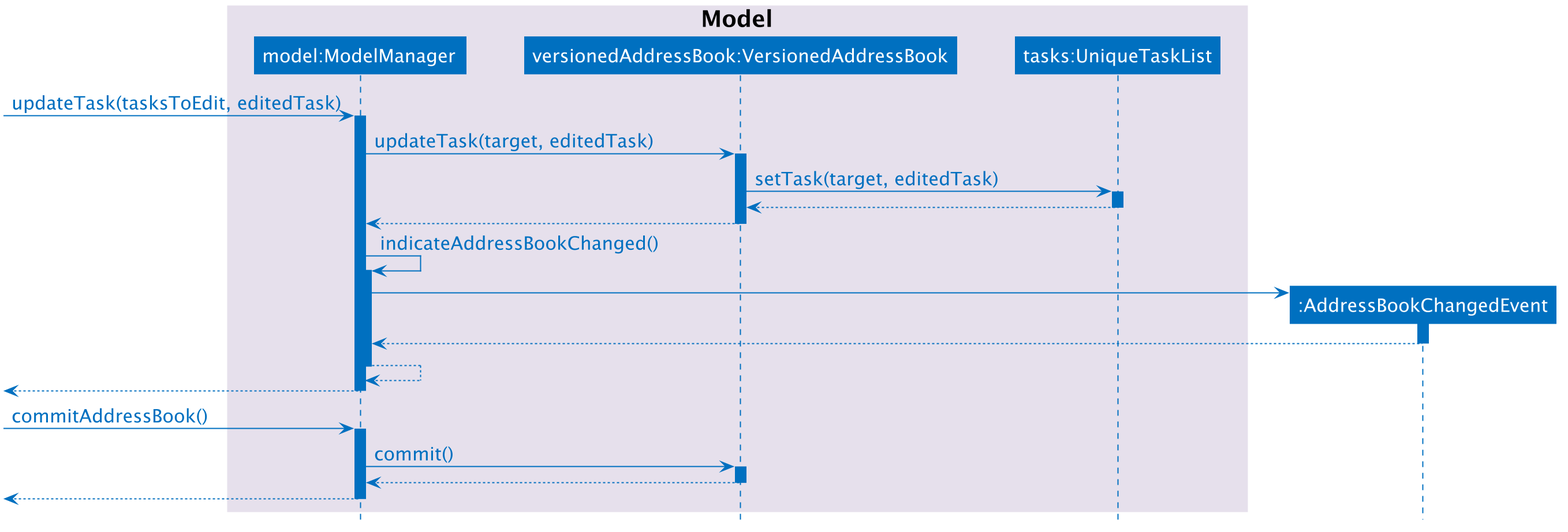
Above: docs/images/EditTaskModelSequenceDiagram.png in CS2103-AY1819S1-T09-1/main (PlantUML), before the change. The source it was exported from:
```plantuml
@startuml
scale 2
skinparam defaultFontName Calibri
skinparam defaultFontSize 16
skinparam BoxPadding 10
skinparam ParticipantPadding 20
skinparam shadowing false
skinparam sequence {
    BoxBorderColor transparent
    BoxFontSize 20
    ParticipantBorderColor #0070C0
    ParticipantBackgroundColor #0070C0
    ParticipantFontColor #FFFFFF
    LifeLineBorderColor #0070C0
    LifeLineBackgroundColor #0070C0
    ArrowColor #0070C0
    ArrowBorderColor #0070C0
    ArrowFontColor #0070C0
}

autoactivate on
hide footbox

box "Model" #E6E0EC
    participant modelManager as "model:ModelManager"
    participant versionedAddressBook as "versionedAddressBook:VersionedAddressBook"
    participant tasks as "tasks:UniqueTaskList"
end box

participant addressBookChangedEvent as ":AddressBookChangedEvent"

[-> modelManager: updateTask(tasksToEdit, editedTask)

modelManager -> versionedAddressBook: updateTask(target, editedTask)

versionedAddressBook -> tasks: setTask(target, editedTask)

tasks --> versionedAddressBook

versionedAddressBook --> modelManager

modelManager -> modelManager: indicateAddressBookChanged()

create addressBookChangedEvent
modelManager -> addressBookChangedEvent
addressBookChangedEvent --> modelManager

modelManager --> modelManager

modelManager -->[



[-> modelManager: commitAddressBook()

modelManager -> versionedAddressBook: commit()

versionedAddressBook --> modelManager

modelManager -->[
@enduml
```
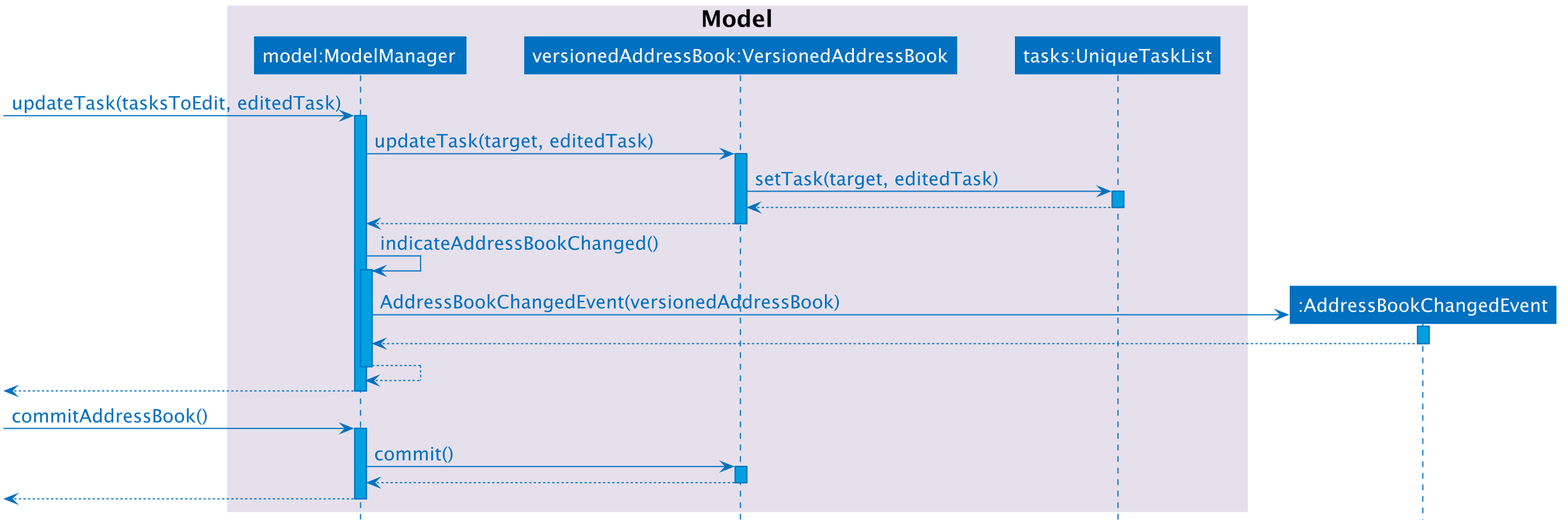
The same file after the commit.

What changed in the source:
```diff
@@ -12,7 +12,7 @@
     ParticipantBackgroundColor #0070C0
     ParticipantFontColor #FFFFFF
     LifeLineBorderColor #0070C0
-    LifeLineBackgroundColor #0070C0
+    LifeLineBackgroundColor #00A0E0
     ArrowColor #0070C0
     ArrowBorderColor #0070C0
     ArrowFontColor #0070C0
@@ -42,7 +42,7 @@
 modelManager -> modelManager: indicateAddressBookChanged()
 
 create addressBookChangedEvent
-modelManager -> addressBookChangedEvent
+modelManager -> addressBookChangedEvent: AddressBookChangedEvent(versionedAddressBook)
 addressBookChangedEvent --> modelManager
 
 modelManager --> modelManager
```
